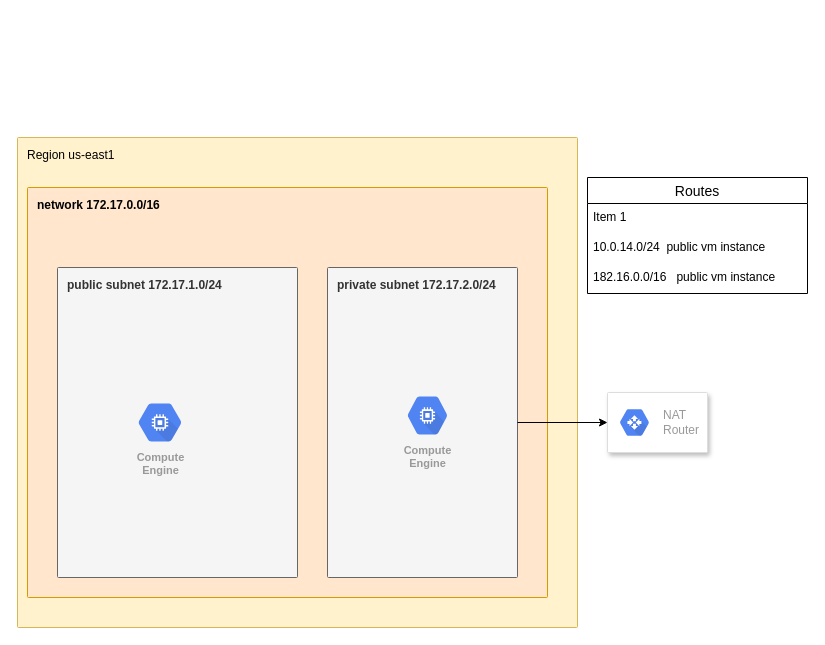
This is diagrams/GCP-public-private-subnet.drawio from fabianlee/blogcode, a draw.io file, before an edit. Source tidied: cells renumbered, new cells numbered last; positions are measured from the earlier drawing's top-left corner, leaving out a move shared by most shapes. Both pictures are drawn from the tidied source at 100%, with x=0, y=0 at pixel (17, 137).
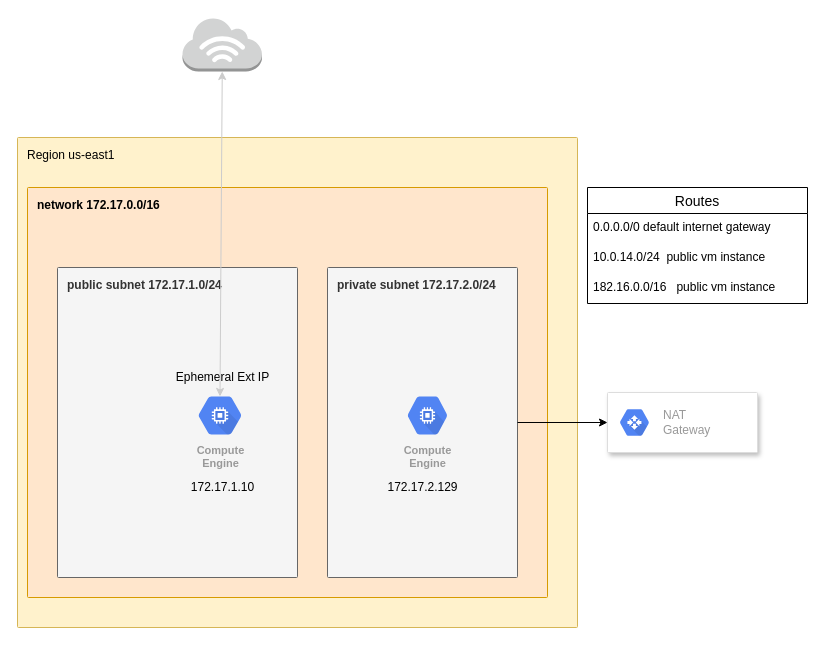
The same diagram, later.

Unchanged cells that the change refers to:
```xml
<mxCell id="3" value="&lt;b&gt;network 172.17.0.0/16&lt;/b&gt;" style="rounded=1;absoluteArcSize=1;arcSize=2;html=1;strokeColor=#d79b00;shadow=0;dashed=0;fontSize=12;align=left;verticalAlign=top;spacing=10;spacingTop=-4;fillColor=#ffe6cc;" parent="2" vertex="1">
  <mxGeometry width="520" height="410" relative="1" as="geometry">
    <mxPoint x="10" y="50" as="offset" />
  </mxGeometry>
</mxCell>
```

What changed in the source:
```diff
@@
-    <mxCell id="2" value="Region us-east1" style="rounded=1;absoluteArcSize=1;arcSize=2;html=1;strokeColor=#d6b656;shadow=0;dashed=0;fontSize=12;align=left;verticalAlign=top;spacing=10;spacingTop=-4;fillColor=#fff2cc;" parent="1" vertex="1">
+    <mxCell id="2" value="&lt;div&gt;Region us-east1&lt;/div&gt;" style="rounded=1;absoluteArcSize=1;arcSize=2;html=1;strokeColor=#d6b656;shadow=0;dashed=0;fontSize=12;align=left;verticalAlign=top;spacing=10;spacingTop=-4;fillColor=#fff2cc;" parent="1" vertex="1">
       <mxGeometry width="560" height="490" as="geometry" />
     </mxCell>
@@
     <mxCell id="6" value="Compute&#10;Engine" style="html=1;fillColor=#5184F3;strokeColor=none;verticalAlign=top;labelPosition=center;verticalLabelPosition=bottom;align=center;spacingTop=-6;fontSize=11;fontStyle=1;fontColor=#999999;shape=mxgraph.gcp2.hexIcon;prIcon=compute_engine;" parent="3" vertex="1">
-      <mxGeometry x="100" y="207.1" width="65" height="55.9" as="geometry" />
+      <mxGeometry x="160" y="200" width="65" height="55.9" as="geometry" />
     </mxCell>
+    <mxCell id="15" value="Ephemeral Ext IP" style="text;html=1;align=center;verticalAlign=middle;strokeColor=none;" parent="3" vertex="1">
+      <mxGeometry x="140" y="180" width="110" height="20" as="geometry" />
+    </mxCell>
+    <mxCell id="16" value="172.17.2.129" style="text;html=1;align=center;verticalAlign=middle;strokeColor=none;" parent="3" vertex="1">
+      <mxGeometry x="350" y="290" width="90" height="20" as="geometry" />
+    </mxCell>
+    <mxCell id="17" value="172.17.1.10" style="text;html=1;align=center;verticalAlign=middle;strokeColor=none;" parent="3" vertex="1">
+      <mxGeometry x="155" y="290" width="80" height="20" as="geometry" />
+    </mxCell>
     <mxCell id="7" style="strokeColor=#dddddd;shadow=1;strokeWidth=1;rounded=1;absoluteArcSize=1;arcSize=2;" parent="1" vertex="1">
-      <mxGeometry x="590" y="255" width="100" height="60" as="geometry" />
+      <mxGeometry x="590" y="255" width="150" height="60" as="geometry" />
     </mxCell>
-    <mxCell id="8" value="NAT&lt;br&gt;Router" style="dashed=0;html=1;fillColor=#5184F3;strokeColor=none;shape=mxgraph.gcp2.hexIcon;prIcon=cloud_router;labelPosition=right;verticalLabelPosition=middle;align=left;verticalAlign=middle;spacingLeft=5;fontColor=#999999;fontSize=12;" parent="7" vertex="1">
+    <mxCell id="8" value="NAT&lt;br&gt;Gateway" style="dashed=0;html=1;fillColor=#5184F3;strokeColor=none;shape=mxgraph.gcp2.hexIcon;prIcon=cloud_router;labelPosition=right;verticalLabelPosition=middle;align=left;verticalAlign=middle;spacingLeft=5;fontColor=#999999;fontSize=12;" parent="7" vertex="1">
       <mxGeometry y="0.5" width="44" height="39" relative="1" as="geometry">
         <mxPoint x="5" y="-19.5" as="offset" />
       </mxGeometry>
     </mxCell>
@@
     <mxCell id="11" value="Routes" style="swimlane;fontStyle=0;horizontal=1;startSize=26;align=center;fontSize=14;" parent="1" vertex="1">
-      <mxGeometry x="570" y="40" width="220" height="116" as="geometry" />
+      <mxGeometry x="570" y="50" width="220" height="116" as="geometry" />
     </mxCell>
-    <mxCell id="12" value="Item 1" style="text;strokeColor=none;fillColor=none;spacingLeft=4;spacingRight=4;overflow=hidden;fontSize=12;" parent="11" vertex="1">
+    <mxCell id="12" value="0.0.0.0/0 default internet gateway" style="text;spacingLeft=4;spacingRight=4;overflow=hidden;fontSize=12;" parent="11" vertex="1">
       <mxGeometry y="26" width="220" height="30" as="geometry" />
     </mxCell>
-    <mxCell id="13" value="10.0.14.0/24  public vm instance" style="text;strokeColor=none;fillColor=none;spacingLeft=4;spacingRight=4;overflow=hidden;fontSize=12;" parent="11" vertex="1">
+    <mxCell id="13" value="10.0.14.0/24  public vm instance" style="text;spacingLeft=4;spacingRight=4;overflow=hidden;fontSize=12;" parent="11" vertex="1">
       <mxGeometry y="56" width="220" height="30" as="geometry" />
     </mxCell>
-    <mxCell id="14" value="182.16.0.0/16   public vm instance" style="text;strokeColor=none;fillColor=none;spacingLeft=4;spacingRight=4;overflow=hidden;fontSize=12;" parent="11" vertex="1">
+    <mxCell id="14" value="182.16.0.0/16   public vm instance" style="text;spacingLeft=4;spacingRight=4;overflow=hidden;fontSize=12;" parent="11" vertex="1">
       <mxGeometry y="86" width="220" height="30" as="geometry" />
     </mxCell>
+    <mxCell id="18" style="outlineConnect=0;dashed=0;verticalLabelPosition=bottom;verticalAlign=top;align=center;html=1;shape=mxgraph.aws3.internet_3;fillColor=#D2D3D3;gradientColor=none;" parent="1" vertex="1">
+      <mxGeometry x="165" y="-120" width="79.5" height="54" as="geometry" />
+    </mxCell>
+    <mxCell id="19" style="endArrow=classic;startArrow=classic;html=1;entryX=0.5;entryY=1;entryDx=0;entryDy=0;entryPerimeter=0;exitX=0.5;exitY=0.16;exitDx=0;exitDy=0;exitPerimeter=0;strokeColor=#CCCCCC;" parent="1" edge="1" source="6" target="18">
+      <mxGeometry relative="1" as="geometry" />
+    </mxCell>
```
